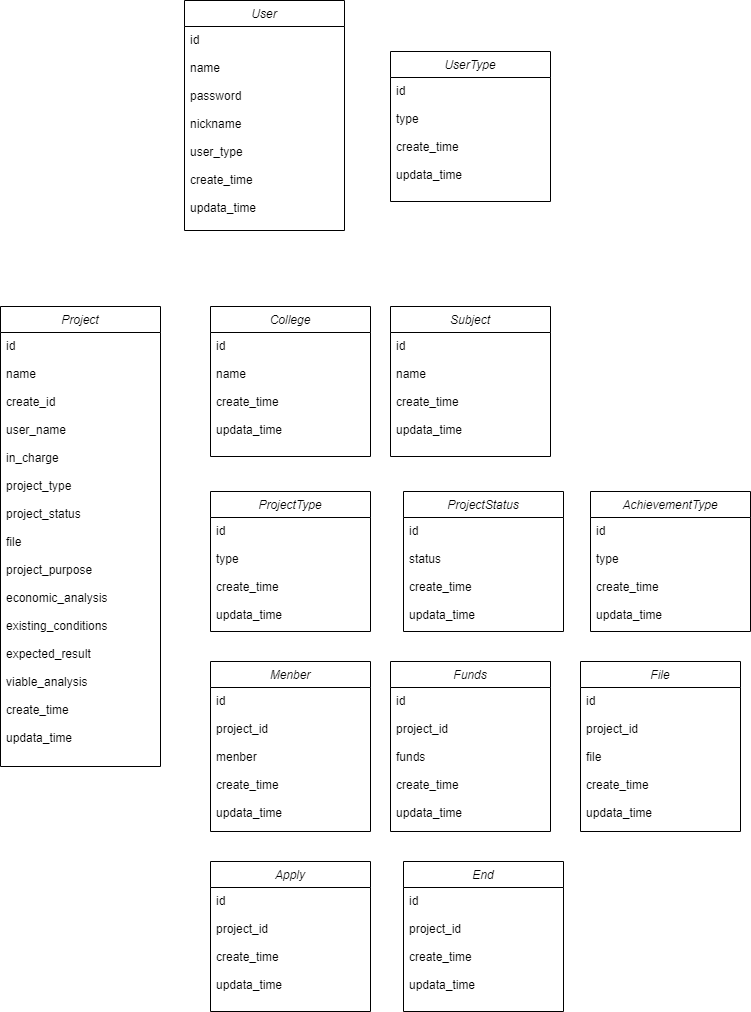
lengqie/iResearch keeps this draw.io diagram as file/类图.png. Above is the earlier version. Source tidied: cells renumbered, new cells last; positions are measured from the earlier drawing's top-left corner, leaving out a move shared by most shapes.
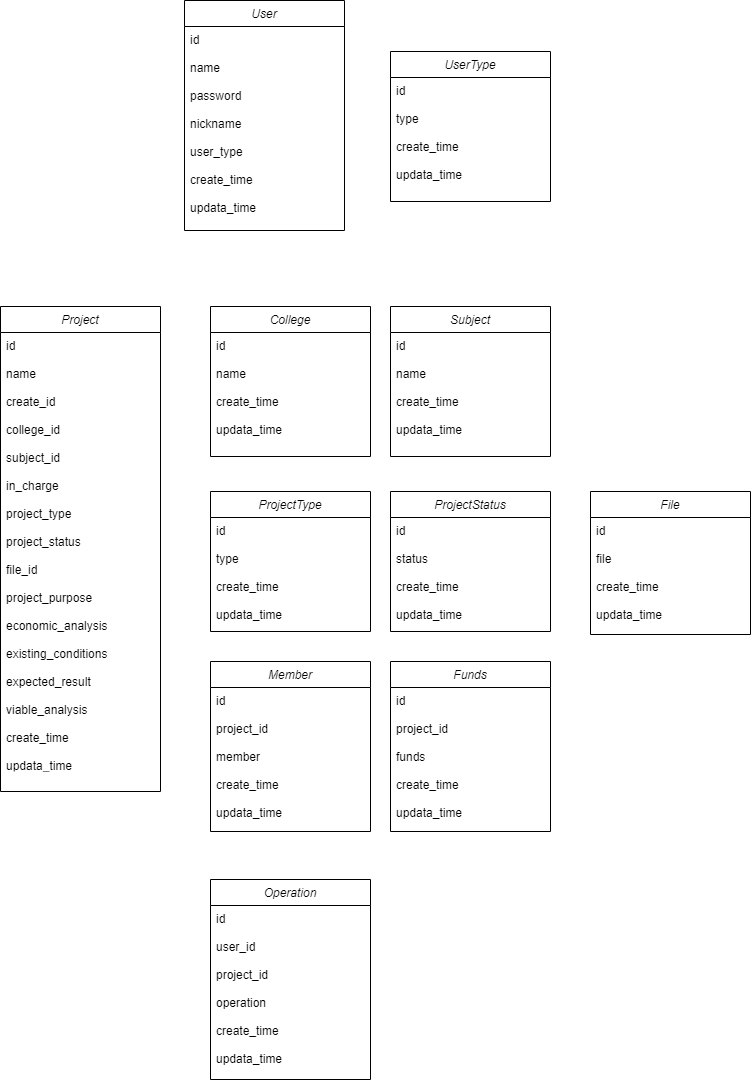
The same file after the commit.

Diff of the diagram source:
```diff
@@ -9,9 +9,9 @@
       <mxGeometry y="26" width="160" height="204" as="geometry" />
     </mxCell>
     <mxCell id="4" value="Project" style="swimlane;fontStyle=2;align=center;verticalAlign=top;horizontal=1;startSize=26;rounded=0;shadow=0;strokeWidth=1;" parent="1" vertex="1">
-      <mxGeometry y="306" width="160" height="460" as="geometry" />
+      <mxGeometry y="306" width="160" height="485" as="geometry" />
     </mxCell>
-    <mxCell id="5" value="id&#10;&#10;name&#10;&#10;create_id&#10;&#10;user_name&#10;&#10;in_charge&#10;&#10;project_type&#10;&#10;project_status&#10;&#10;file&#10;&#10;project_purpose&#10;&#10;economic_analysis&#10;&#10;existing_conditions&#10;&#10;expected_result&#10;&#10;viable_analysis&#10;&#10;create_time&#10;&#10;updata_time" style="text;align=left;verticalAlign=top;spacingLeft=4;spacingRight=4;overflow=hidden;" parent="4" vertex="1">
+    <mxCell id="5" value="id&#10;&#10;name&#10;&#10;create_id&#10;&#10;college_id&#10;&#10;subject_id&#10;&#10;in_charge&#10;&#10;project_type&#10;&#10;project_status&#10;&#10;file_id&#10;&#10;project_purpose&#10;&#10;economic_analysis&#10;&#10;existing_conditions&#10;&#10;expected_result&#10;&#10;viable_analysis&#10;&#10;create_time&#10;&#10;updata_time" style="text;align=left;verticalAlign=top;spacingLeft=4;spacingRight=4;overflow=hidden;" parent="4" vertex="1">
       <mxGeometry y="26" width="160" height="434" as="geometry" />
     </mxCell>
     <mxCell id="6" value="UserType" style="swimlane;fontStyle=2;align=center;verticalAlign=top;horizontal=1;startSize=26;rounded=0;shadow=0;strokeWidth=1;" parent="1" vertex="1">
@@ -27,23 +27,11 @@
       <mxGeometry y="26" width="160" height="104" as="geometry" />
     </mxCell>
     <mxCell id="10" value="ProjectStatus" style="swimlane;fontStyle=2;align=center;verticalAlign=top;horizontal=1;startSize=26;rounded=0;shadow=0;strokeWidth=1;" parent="1" vertex="1">
-      <mxGeometry x="403" y="491" width="160" height="140" as="geometry" />
+      <mxGeometry x="390" y="491" width="160" height="140" as="geometry" />
     </mxCell>
     <mxCell id="11" value="id&#10;&#10;status&#10;&#10;create_time&#10;&#10;updata_time&#10;" style="text;align=left;verticalAlign=top;spacingLeft=4;spacingRight=4;overflow=hidden;" parent="10" vertex="1">
       <mxGeometry y="26" width="160" height="114" as="geometry" />
     </mxCell>
-    <mxCell id="12" value="Apply" style="swimlane;fontStyle=2;align=center;verticalAlign=top;horizontal=1;startSize=26;rounded=0;shadow=0;strokeWidth=1;" parent="1" vertex="1">
-      <mxGeometry x="210" y="861" width="160" height="150" as="geometry" />
-    </mxCell>
-    <mxCell id="13" value="id&#10;&#10;project_id&#10;&#10;create_time&#10;&#10;updata_time&#10;" style="text;align=left;verticalAlign=top;spacingLeft=4;spacingRight=4;overflow=hidden;" parent="12" vertex="1">
-      <mxGeometry y="26" width="160" height="114" as="geometry" />
-    </mxCell>
-    <mxCell id="14" value="End" style="swimlane;fontStyle=2;align=center;verticalAlign=top;horizontal=1;startSize=26;rounded=0;shadow=0;strokeWidth=1;" parent="1" vertex="1">
-      <mxGeometry x="403" y="861" width="160" height="150" as="geometry" />
-    </mxCell>
-    <mxCell id="15" value="id&#10;&#10;project_id&#10;&#10;create_time&#10;&#10;updata_time&#10;" style="text;align=left;verticalAlign=top;spacingLeft=4;spacingRight=4;overflow=hidden;" parent="14" vertex="1">
-      <mxGeometry y="26" width="160" height="114" as="geometry" />
-    </mxCell>
     <mxCell id="16" value="College" style="swimlane;fontStyle=2;align=center;verticalAlign=top;horizontal=1;startSize=26;rounded=0;shadow=0;strokeWidth=1;" parent="1" vertex="1">
       <mxGeometry x="210" y="306" width="160" height="150" as="geometry" />
     </mxCell>
@@ -56,16 +44,10 @@
     <mxCell id="19" value="id&#10;&#10;name&#10;&#10;create_time&#10;&#10;updata_time&#10;" style="text;align=left;verticalAlign=top;spacingLeft=4;spacingRight=4;overflow=hidden;" parent="18" vertex="1">
       <mxGeometry y="26" width="160" height="114" as="geometry" />
     </mxCell>
-    <mxCell id="20" value="AchievementType" style="swimlane;fontStyle=2;align=center;verticalAlign=top;horizontal=1;startSize=26;rounded=0;shadow=0;strokeWidth=1;" parent="1" vertex="1">
-      <mxGeometry x="590" y="491" width="160" height="140" as="geometry" />
-    </mxCell>
-    <mxCell id="21" value="id&#10;&#10;type&#10;&#10;create_time&#10;&#10;updata_time&#10;" style="text;align=left;verticalAlign=top;spacingLeft=4;spacingRight=4;overflow=hidden;" parent="20" vertex="1">
-      <mxGeometry y="26" width="160" height="104" as="geometry" />
-    </mxCell>
-    <mxCell id="22" value="Menber" style="swimlane;fontStyle=2;align=center;verticalAlign=top;horizontal=1;startSize=26;rounded=0;shadow=0;strokeWidth=1;" parent="1" vertex="1">
+    <mxCell id="22" value="Member" style="swimlane;fontStyle=2;align=center;verticalAlign=top;horizontal=1;startSize=26;rounded=0;shadow=0;strokeWidth=1;" parent="1" vertex="1">
       <mxGeometry x="210" y="661" width="160" height="170" as="geometry" />
     </mxCell>
-    <mxCell id="23" value="id&#10;&#10;project_id&#10;&#10;menber&#10;&#10;create_time&#10;&#10;updata_time&#10;" style="text;align=left;verticalAlign=top;spacingLeft=4;spacingRight=4;overflow=hidden;" parent="22" vertex="1">
+    <mxCell id="23" value="id&#10;&#10;project_id&#10;&#10;member&#10;&#10;create_time&#10;&#10;updata_time&#10;" style="text;align=left;verticalAlign=top;spacingLeft=4;spacingRight=4;overflow=hidden;" parent="22" vertex="1">
       <mxGeometry y="26" width="160" height="144" as="geometry" />
     </mxCell>
     <mxCell id="24" value="Funds" style="swimlane;fontStyle=2;align=center;verticalAlign=top;horizontal=1;startSize=26;rounded=0;shadow=0;strokeWidth=1;" parent="1" vertex="1">
@@ -75,10 +57,16 @@
       <mxGeometry y="26" width="160" height="140" as="geometry" />
     </mxCell>
     <mxCell id="26" value="File" style="swimlane;fontStyle=2;align=center;verticalAlign=top;horizontal=1;startSize=26;rounded=0;shadow=0;strokeWidth=1;" parent="1" vertex="1">
-      <mxGeometry x="580" y="661" width="160" height="170" as="geometry" />
+      <mxGeometry x="590" y="491" width="160" height="143" as="geometry" />
     </mxCell>
-    <mxCell id="27" value="id&#10;&#10;project_id&#10;&#10;file&#10;&#10;create_time&#10;&#10;updata_time" style="text;align=left;verticalAlign=top;spacingLeft=4;spacingRight=4;overflow=hidden;" parent="26" vertex="1">
-      <mxGeometry y="26" width="160" height="140" as="geometry" />
+    <mxCell id="27" value="id&#10;&#10;file&#10;&#10;create_time&#10;&#10;updata_time" style="text;align=left;verticalAlign=top;spacingLeft=4;spacingRight=4;overflow=hidden;" parent="26" vertex="1">
+      <mxGeometry y="26" width="160" height="104" as="geometry" />
     </mxCell>
+    <mxCell id="28" value="Operation" style="swimlane;fontStyle=2;align=center;verticalAlign=top;horizontal=1;startSize=26;rounded=0;shadow=0;strokeWidth=1;" parent="1" vertex="1">
+      <mxGeometry x="210" y="879" width="160" height="200" as="geometry" />
+    </mxCell>
+    <mxCell id="29" value="id&#10;&#10;user_id&#10;&#10;project_id&#10;&#10;operation&#10;&#10;create_time&#10;&#10;updata_time&#10;" style="text;align=left;verticalAlign=top;spacingLeft=4;spacingRight=4;overflow=hidden;" parent="28" vertex="1">
+      <mxGeometry y="26" width="160" height="174" as="geometry" />
+    </mxCell>
   </root>
 </mxGraphModel>
```
